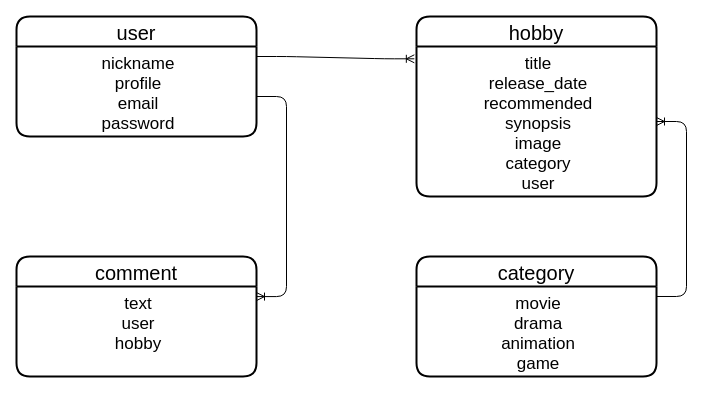
arika-kimata/likeshere keeps this draw.io diagram as likeshere.dio. Above is the earlier version. Source tidied: cells renumbered, new cells numbered last; positions are measured from the earlier drawing's top-left corner, leaving out a move shared by most shapes. Both pictures are drawn from the tidied source at 100%, with x=0, y=0 at pixel (16, 16).
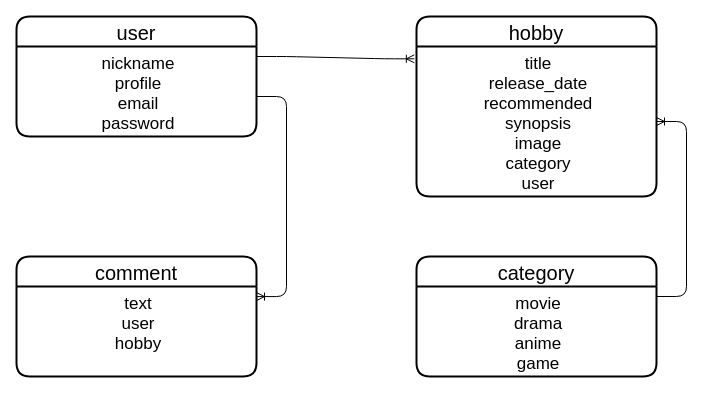
Above is the later version.

The edit, as a diff of the source:
```diff
@@
 <mxGraphModel>
   <root>
     <mxCell id="0" />
     <mxCell id="1" parent="0" />
     <mxCell id="2" value="hobby" style="swimlane;horizontal=1;startSize=30;rounded=1;fontSize=20;fontStyle=0;strokeWidth=2;shadow=0;dashed=0;align=center;" parent="1" vertex="1">
       <mxGeometry x="400" width="240" height="180" as="geometry" />
     </mxCell>
     <mxCell id="3" value="title&#10;release_date&#10;recommended&#10;synopsis&#10;image&#10;category&#10;user" style="align=center;strokeColor=none;fillColor=none;spacingLeft=4;fontSize=17;verticalAlign=top;" parent="2" vertex="1">
       <mxGeometry y="30" width="240" height="150" as="geometry" />
     </mxCell>
     <mxCell id="4" value="category" style="swimlane;horizontal=1;startSize=30;rounded=1;fontSize=20;fontStyle=0;strokeWidth=2;shadow=0;dashed=0;align=center;" parent="1" vertex="1">
       <mxGeometry x="400" y="240" width="240" height="120" as="geometry" />
     </mxCell>
-    <mxCell id="5" value="movie&#10;drama&#10;animation&#10;game" style="align=center;strokeColor=none;fillColor=none;spacingLeft=4;fontSize=17;verticalAlign=top;" parent="4" vertex="1">
+    <mxCell id="5" value="movie&#10;drama&#10;anime&#10;game" style="align=center;strokeColor=none;fillColor=none;spacingLeft=4;fontSize=17;verticalAlign=top;" parent="4" vertex="1">
       <mxGeometry y="30" width="240" height="90" as="geometry" />
     </mxCell>
     <mxCell id="6" value="user" style="swimlane;horizontal=1;startSize=30;rounded=1;fontSize=20;fontStyle=0;strokeWidth=2;shadow=0;dashed=0;align=center;" parent="1" vertex="1">
       <mxGeometry width="240" height="120" as="geometry" />
     </mxCell>
     <mxCell id="7" value="nickname&#10;profile&#10;email&#10;password" style="align=center;strokeColor=none;fillColor=none;spacingLeft=4;fontSize=17;verticalAlign=top;" parent="6" vertex="1">
       <mxGeometry y="30" width="240" height="90" as="geometry" />
     </mxCell>
     <mxCell id="8" value="comment" style="swimlane;horizontal=1;startSize=30;rounded=1;fontSize=20;fontStyle=0;strokeWidth=2;shadow=0;dashed=0;align=center;" parent="1" vertex="1">
       <mxGeometry y="240" width="240" height="120" as="geometry" />
     </mxCell>
     <mxCell id="9" value="text&#10;user&#10;hobby" style="align=center;strokeColor=none;fillColor=none;spacingLeft=4;fontSize=17;verticalAlign=top;" parent="8" vertex="1">
       <mxGeometry y="30" width="240" height="90" as="geometry" />
     </mxCell>
     <mxCell id="10" style="edgeStyle=entityRelationEdgeStyle;fontSize=12;html=1;endArrow=ERoneToMany;entryX=-0.009;entryY=0.082;entryDx=0;entryDy=0;entryPerimeter=0;" parent="1" edge="1" target="3">
       <mxGeometry relative="1" as="geometry">
         <mxPoint x="240" y="40" as="sourcePoint" />
       </mxGeometry>
     </mxCell>
     <mxCell id="11" style="edgeStyle=entityRelationEdgeStyle;fontSize=12;html=1;endArrow=ERoneToMany;entryX=1;entryY=0.112;entryDx=0;entryDy=0;entryPerimeter=0;" parent="1" edge="1" target="9">
       <mxGeometry relative="1" as="geometry">
         <mxPoint x="240" y="80" as="sourcePoint" />
       </mxGeometry>
     </mxCell>
     <mxCell id="12" style="edgeStyle=entityRelationEdgeStyle;fontSize=12;html=1;endArrow=ERoneToMany;exitX=1;exitY=0.111;exitDx=0;exitDy=0;exitPerimeter=0;entryX=1;entryY=0.5;entryDx=0;entryDy=0;" parent="1" edge="1" source="5" target="3">
       <mxGeometry relative="1" as="geometry" />
     </mxCell>
   </root>
 </mxGraphModel>
```
